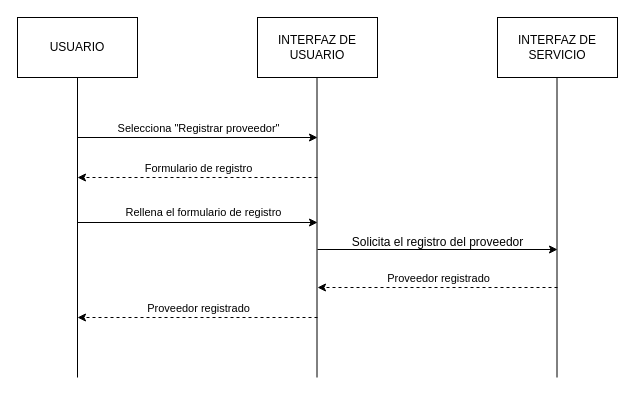
Before: diagrams/secuencia/DS-021.drawio in ClaudiaOviedoGovantes/ComercialPostigo, a draw.io diagram. Source tidied: cells renumbered, new cells numbered last; positions are measured from the earlier drawing's top-left corner, leaving out a move shared by most shapes. Both pictures are drawn from the tidied source at 100%, with x=0, y=0 at pixel (17, 17).
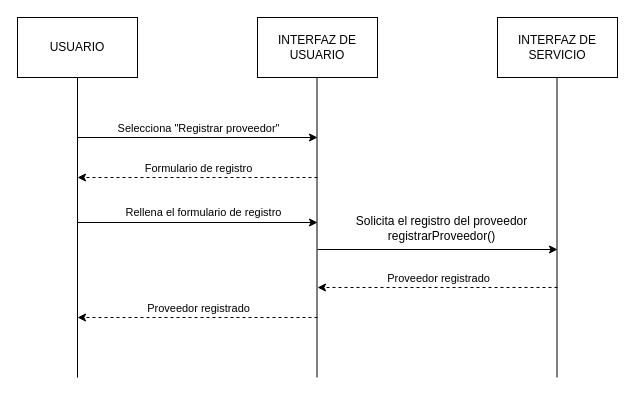
The same page after the edit.

Diff of the diagram source:
```diff
@@
-    <mxCell id="13" value="Solicita el registro del proveedor" style="text;html=1;align=center;verticalAlign=middle;strokeColor=none;fillColor=none;" parent="1" vertex="1">
-      <mxGeometry x="325" y="210" width="190" height="30" as="geometry" />
+    <mxCell id="13" value="Solicita el registro del proveedor&lt;div&gt;registrarProveedor()&lt;/div&gt;" style="text;html=1;align=center;verticalAlign=middle;strokeColor=none;fillColor=none;" parent="1" vertex="1">
+      <mxGeometry x="329" y="190" width="189" height="41" as="geometry" />
     </mxCell>
```
